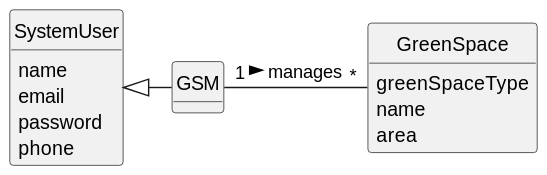
Before: docs/sprintC/us027/02.analysis/svg/us027-domain-model.svg, a diagram exported from PlantUML (Departamento-de-Engenharia-Informatica/lei-24-s2-1do-g164).
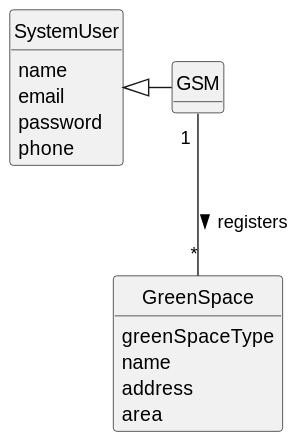
After the commit.

Change to the diagram source:
```diff
@@ -4,11 +4,11 @@
 skinparam shadowing false
 
 
-
 skinparam classAttributeIconSize 0
 
 hide circle
 hide methods
+
 
 
 class SystemUser {
@@ -18,17 +18,20 @@
     phone
 
 }
+
+class GreenSpace {
+       greenSpaceType
+       name
+       address
+       area
+}
+
+
 class GSM {
 
 }
 
-class GreenSpace {
-    greenSpaceType
-    name
-    area
-}
+SystemUser <|- GSM
 
-
-GSM "1" - "*" GreenSpace : manages >
-SystemUser <|- GSM
+GSM "1 " -- "*" GreenSpace :  registers >
 @enduml
```
